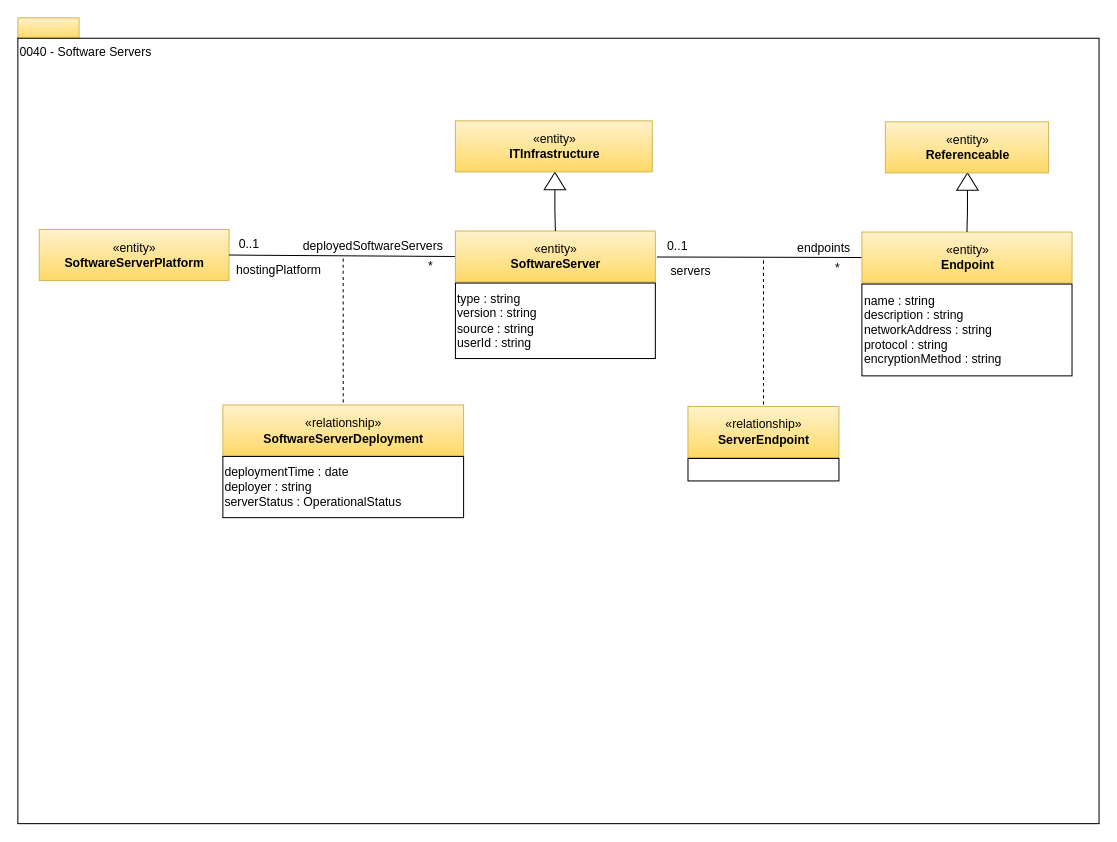
Before: page "0040-Software-Servers" (13 of 20) of open-metadata-publication/website/open-metadata-types/area-0-basic-types-and-infrastructure.drawio in odpi/egeria, a draw.io diagram. Source tidied: cells renumbered, new cells numbered last; positions are measured from the earlier drawing's top-left corner, leaving out a move shared by most shapes. Both pictures are drawn from the tidied source at 102%, with x=0, y=0 at pixel (17, 17).
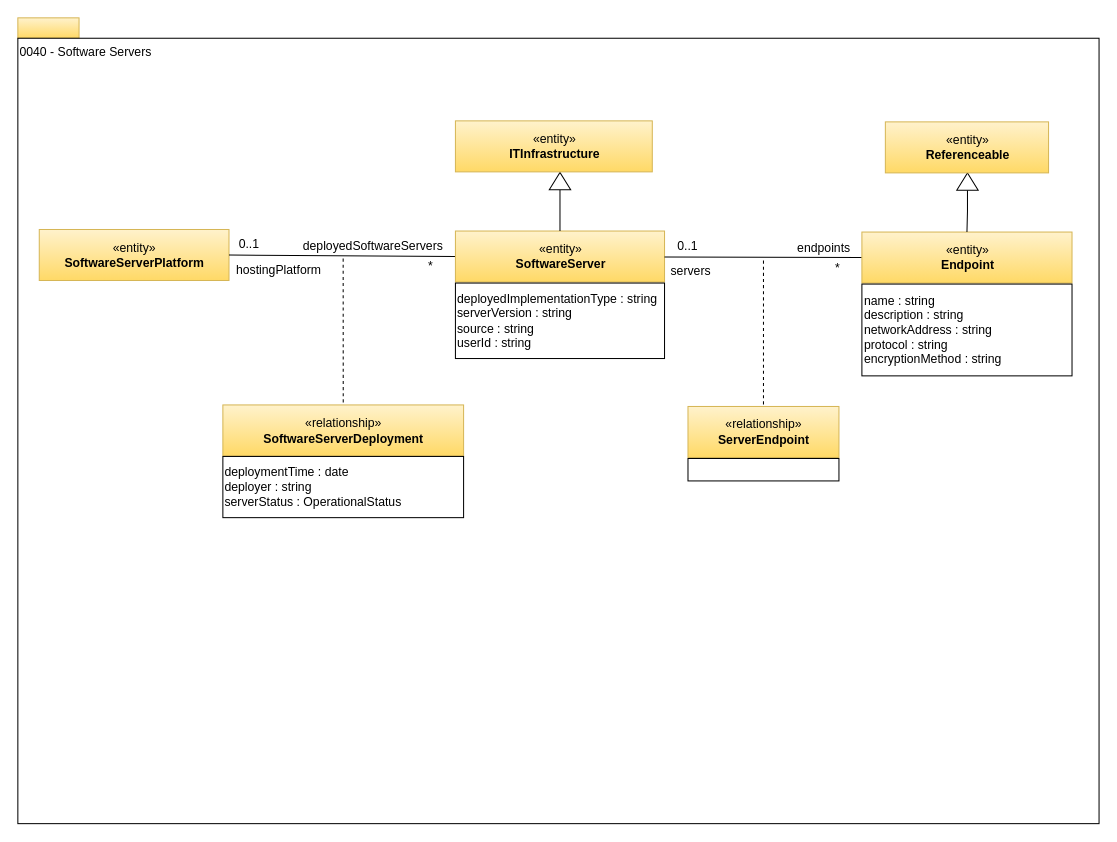
The same page after the edit.

Unchanged cells that the change refers to:
```xml
<mxCell id="21" value="«entity»&lt;br&gt;&lt;b&gt;Endpoint&lt;/b&gt;" style="html=1;strokeColor=#d6b656;align=center;fillColor=#fff2cc;gradientColor=#ffd966;" parent="1" vertex="1">
  <mxGeometry x="827.5" y="210" width="206" height="50" as="geometry" />
</mxCell>
```

What changed in the source:
```diff
@@
     <mxCell id="8" value="«entity»&lt;br&gt;&lt;b&gt;SoftwareServer&lt;/b&gt;" style="html=1;strokeColor=#d6b656;align=center;fillColor=#fff2cc;gradientColor=#ffd966;" parent="1" vertex="1">
-      <mxGeometry x="429" y="209" width="196" height="50" as="geometry" />
+      <mxGeometry x="429" y="209" width="205" height="50" as="geometry" />
     </mxCell>
-    <mxCell id="9" value="type : string&lt;br&gt;version : string&lt;br&gt;source : string&lt;br&gt;userId : string&lt;br&gt;" style="rounded=0;whiteSpace=wrap;html=1;strokeColor=#000000;gradientColor=#ffffff;align=left;" parent="1" vertex="1">
-      <mxGeometry x="429" y="260" width="196" height="74" as="geometry" />
+    <mxCell id="9" value="deployedImplementationType : string&lt;br&gt;serverVersion : string&lt;br&gt;source : string&lt;br&gt;userId : string" style="rounded=0;whiteSpace=wrap;html=1;strokeColor=#000000;gradientColor=#ffffff;align=left;" parent="1" vertex="1">
+      <mxGeometry x="429" y="260" width="205" height="74" as="geometry" />
     </mxCell>
@@
     <mxCell id="11" style="triangle;whiteSpace=wrap;html=1;strokeColor=#000000;gradientColor=#ffffff;align=center;rotation=-90;" parent="1" vertex="1">
-      <mxGeometry x="518" y="149.5" width="17" height="21" as="geometry" />
+      <mxGeometry x="523" y="149.5" width="17" height="21" as="geometry" />
     </mxCell>
@@
-    <mxCell id="18" style="endArrow=none;html=1;entryX=1;entryY=0.5;exitX=0;exitY=0.5;" parent="1" edge="1" source="21">
-      <mxGeometry relative="1" as="geometry">
-        <mxPoint x="626.5" y="234.5" as="targetPoint" />
-      </mxGeometry>
+    <mxCell id="18" style="endArrow=none;html=1;exitX=0;exitY=0.5;" parent="1" edge="1" source="21" target="8">
+      <mxGeometry relative="1" as="geometry" />
     </mxCell>
@@
     <mxCell id="25" value="0..1" style="text;html=1;strokeColor=none;fillColor=none;align=center;verticalAlign=middle;whiteSpace=wrap;rounded=0;" parent="1" vertex="1">
-      <mxGeometry x="626.5" y="213.5" width="40" height="20" as="geometry" />
+      <mxGeometry x="636.5" y="213.5" width="40" height="20" as="geometry" />
     </mxCell>
```
